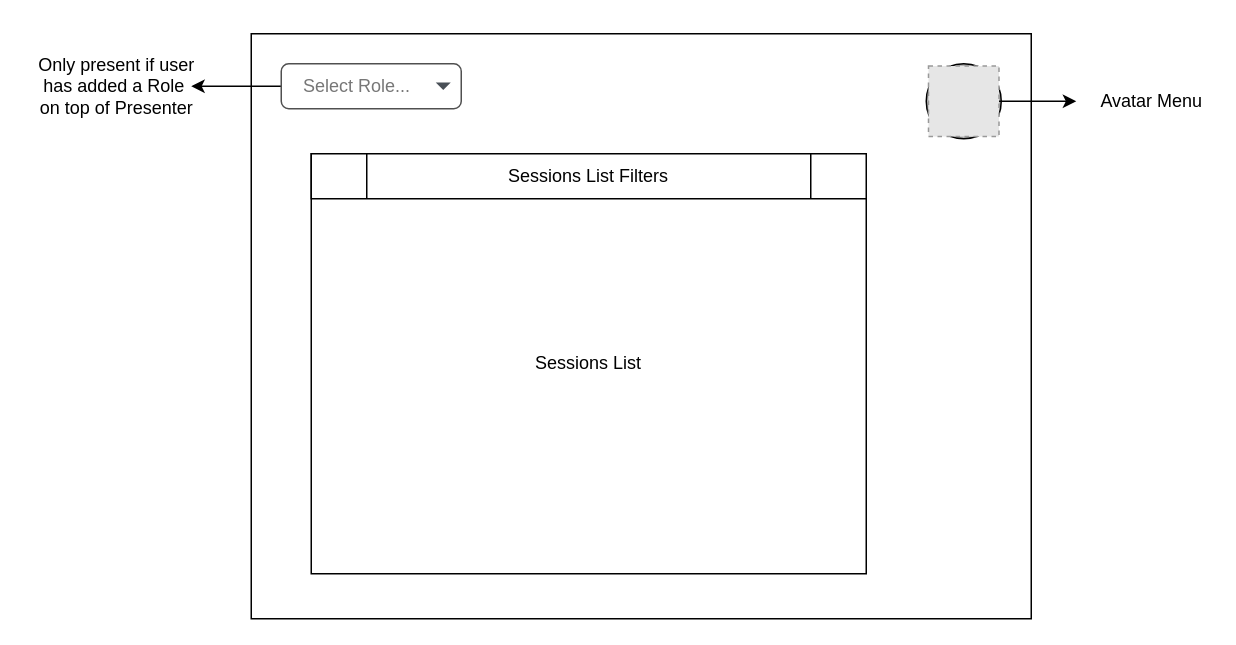
This is packages/flutter-apps/adventuring/presinter/docs/design/home.dio from enspyrco/monorepo, a draw.io file, before an edit. Source tidied: cells renumbered, new cells numbered last; positions are measured from the earlier drawing's top-left corner, leaving out a move shared by most shapes. Both pictures are drawn from the tidied source at 150%, with x=0, y=0 at pixel (26, 33). Pictures stored in the file or linked from it are replaced by grey dashed boxes.
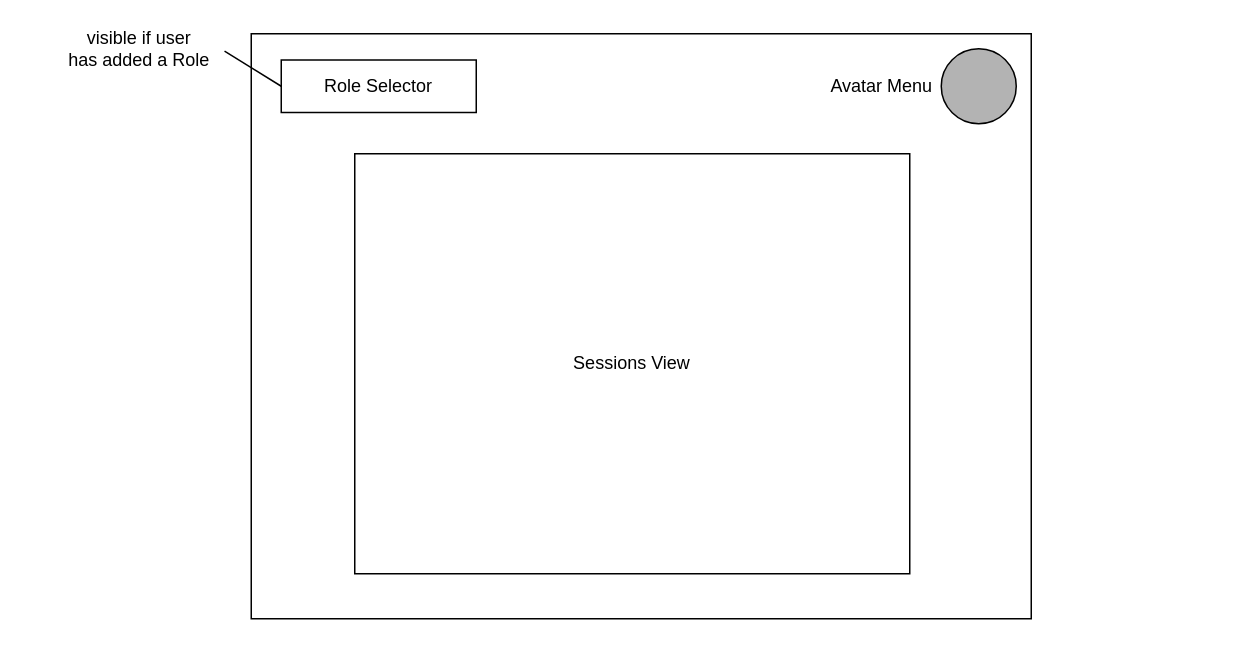
Above is the later version.

What changed in the source:
```diff
@@
 <mxGraphModel>
   <root>
     <mxCell id="0" />
     <mxCell id="1" parent="0" />
     <mxCell id="2" style="whiteSpace=wrap;html=1;" parent="1" vertex="1">
       <mxGeometry x="150" width="520" height="390" as="geometry" />
     </mxCell>
-    <mxCell id="3" style="ellipse;whiteSpace=wrap;html=1;fillColor=#B3B3B3;" parent="1" vertex="1">
-      <mxGeometry x="600" y="20" width="50" height="50" as="geometry" />
-    </mxCell>
-    <mxCell id="4" style="edgeStyle=none;html=1;exitX=1;exitY=0.5;exitDx=0;exitDy=0;" parent="1" edge="1" source="5">
-      <mxGeometry relative="1" as="geometry">
-        <mxPoint x="700" y="45" as="targetPoint" />
-      </mxGeometry>
-    </mxCell>
-    <mxCell id="5" style="fillColor=#E6E6E6;strokeColor=#999999;dashed=1;verticalLabelPosition=bottom;labelBackgroundColor=#ffffff;verticalAlign=top;" parent="1" vertex="1">
-      <mxGeometry x="601.5" y="21.5" width="47" height="47" as="geometry" />
-    </mxCell>
-    <mxCell id="6" style="edgeStyle=none;html=1;" parent="1" edge="1" source="7">
-      <mxGeometry relative="1" as="geometry">
-        <mxPoint x="110" y="35" as="targetPoint" />
-      </mxGeometry>
-    </mxCell>
-    <mxCell id="7" value="Select Role..." style="html=1;shadow=0;dashed=0;shape=mxgraph.bootstrap.rrect;rSize=5;strokeColor=#505050;strokeWidth=1;fillColor=#ffffff;fontColor=#777777;whiteSpace=wrap;align=left;verticalAlign=middle;fontStyle=0;fontSize=12;spacing=15;" parent="1" vertex="1">
-      <mxGeometry x="170" y="20" width="120" height="30" as="geometry" />
-    </mxCell>
-    <mxCell id="8" style="shape=triangle;direction=south;fillColor=#495057;strokeColor=none;perimeter=none;" parent="7" vertex="1">
-      <mxGeometry x="1" y="0.5" width="10" height="5" relative="1" as="geometry">
-        <mxPoint x="-17" y="-2.5" as="offset" />
-      </mxGeometry>
-    </mxCell>
-    <mxCell id="9" value="Only present if user&lt;br&gt;has added a Role&amp;nbsp;&lt;br&gt;on top of Presenter" style="text;html=1;align=center;verticalAlign=middle;points=[];strokeColor=none;fillColor=none;" parent="1" vertex="1">
-      <mxGeometry y="10" width="120" height="50" as="geometry" />
+    <mxCell id="9" value="visible if user&lt;br&gt;has added a Role" style="text;html=1;align=center;verticalAlign=middle;points=[];strokeColor=none;fillColor=none;" parent="1" vertex="1">
+      <mxGeometry x="20" y="-5" width="110" height="30" as="geometry" />
     </mxCell>
-    <mxCell id="10" value="Sessions List" style="whiteSpace=wrap;html=1;" parent="1" vertex="1">
-      <mxGeometry x="190" y="80" width="370" height="280" as="geometry" />
-    </mxCell>
     <mxCell id="11" value="Avatar Menu" style="text;html=1;align=center;verticalAlign=middle;strokeColor=none;fillColor=none;" parent="1" vertex="1">
-      <mxGeometry x="710" y="35" width="80" height="20" as="geometry" />
+      <mxGeometry x="530" y="25" width="80" height="20" as="geometry" />
     </mxCell>
-    <mxCell id="12" value="Sessions List Filters" style="shape=process;whiteSpace=wrap;html=1;backgroundOutline=1;" parent="1" vertex="1">
-      <mxGeometry x="190" y="80" width="370" height="30" as="geometry" />
-    </mxCell>
+    <mxCell id="13" value="Sessions View" style="whiteSpace=wrap;html=1;" parent="1" vertex="1">
+      <mxGeometry x="219" y="80" width="370" height="280" as="geometry" />
+    </mxCell>
+    <mxCell id="14" style="edgeStyle=none;html=1;exitX=0;exitY=0.5;exitDx=0;exitDy=0;entryX=1.02;entryY=0.553;entryDx=0;entryDy=0;entryPerimeter=0;endArrow=none;endFill=0;" parent="1" edge="1" source="15" target="9">
+      <mxGeometry relative="1" as="geometry" />
+    </mxCell>
+    <mxCell id="15" value="Role Selector" style="whiteSpace=wrap;html=1;" parent="1" vertex="1">
+      <mxGeometry x="170" y="17.5" width="130" height="35" as="geometry" />
+    </mxCell>
+    <mxCell id="16" style="ellipse;whiteSpace=wrap;html=1;fillColor=#B3B3B3;" parent="1" vertex="1">
+      <mxGeometry x="610" y="10" width="50" height="50" as="geometry" />
+    </mxCell>
   </root>
 </mxGraphModel>
```
